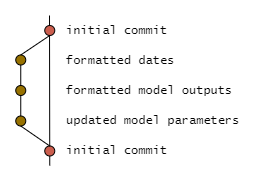
summitllc/git_school keeps this draw.io diagram as img/branching_2_working_branch.png. Above is the earlier version. Source tidied: cells renumbered, new cells last; positions are measured from the earlier drawing's top-left corner, leaving out a move shared by most shapes.
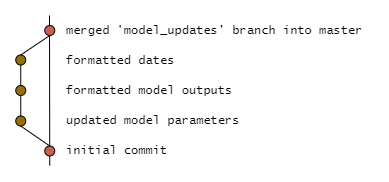
Later version of the same file.

What changed in the source:
```diff
@@ -43,8 +43,8 @@
     <mxCell id="13" value="&lt;font face=&quot;Lucida Console&quot;&gt;updated model parameters&lt;/font&gt;" style="text;html=1;strokeColor=none;fillColor=none;align=left;verticalAlign=middle;whiteSpace=wrap;rounded=0;" parent="1" vertex="1">
       <mxGeometry x="48.6" y="94.8" width="189.4" height="20" as="geometry" />
     </mxCell>
-    <mxCell id="14" value="&lt;font face=&quot;Lucida Console&quot;&gt;initial commit&lt;/font&gt;" style="text;html=1;strokeColor=none;fillColor=none;align=left;verticalAlign=middle;whiteSpace=wrap;rounded=0;" parent="1" vertex="1">
-      <mxGeometry x="48.6" y="4.8" width="119.4" height="20" as="geometry" />
+    <mxCell id="14" value="&lt;font face=&quot;Lucida Console&quot;&gt;merged 'model_updates' branch into master&lt;/font&gt;" style="text;html=1;strokeColor=none;fillColor=none;align=left;verticalAlign=middle;whiteSpace=wrap;rounded=0;" parent="1" vertex="1">
+      <mxGeometry x="48.6" y="4.8" width="309.4" height="20" as="geometry" />
     </mxCell>
     <mxCell id="15" value="&lt;font face=&quot;Lucida Console&quot;&gt;formatted dates&lt;/font&gt;" style="text;html=1;strokeColor=none;fillColor=none;align=left;verticalAlign=middle;whiteSpace=wrap;rounded=0;" parent="1" vertex="1">
       <mxGeometry x="48.6" y="34.8" width="119.4" height="20" as="geometry" />
```
